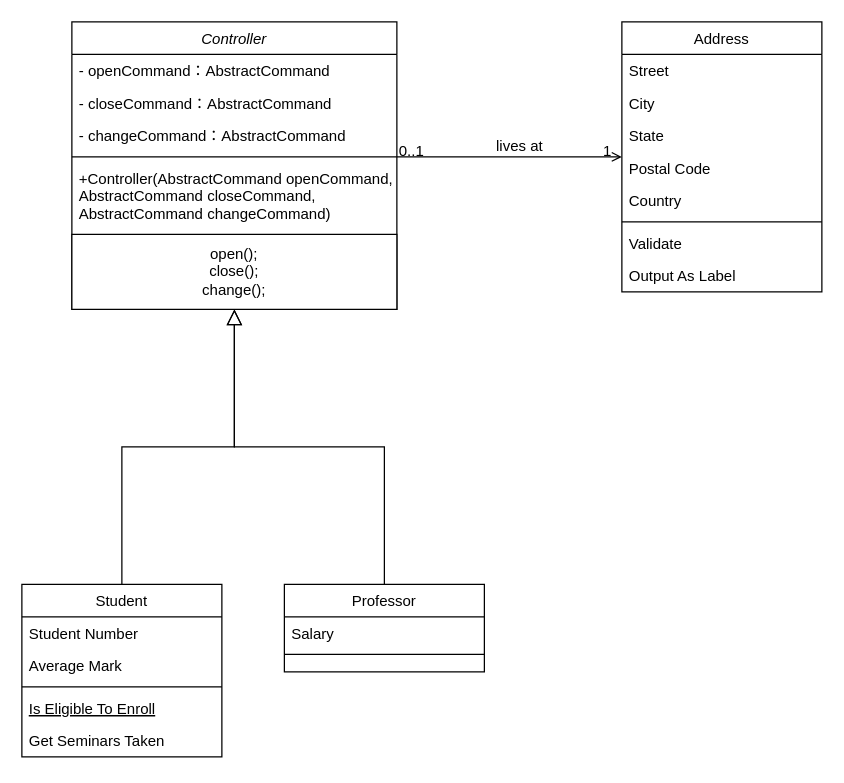
This is 软件设计第四章.drawio from ArexdOr/ImgBed, a draw.io file, before an edit. Source tidied: cells renumbered, new cells numbered last; positions are measured from the earlier drawing's top-left corner, leaving out a move shared by most shapes. Both pictures are drawn from the tidied source at 125%, with x=0, y=0 at pixel (21, 21).
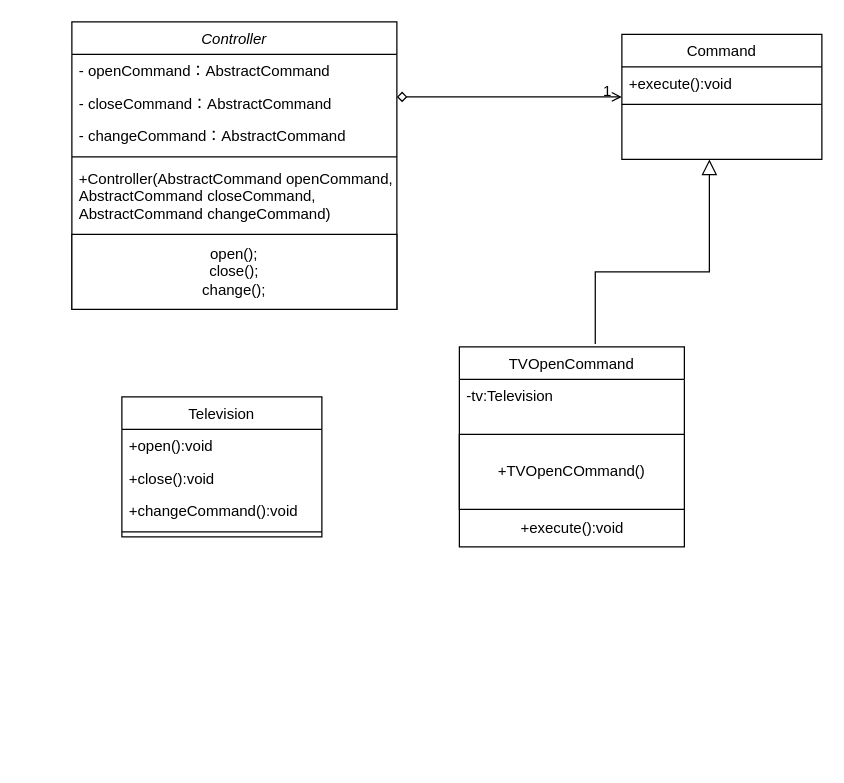
After the change.

Commit message (it also covers changes not shown here):
更新软件设计第四章.drawio

The change refers to these unchanged cells:
```xml
<mxCell id="2" value="Controller" style="swimlane;fontStyle=2;align=center;verticalAlign=top;horizontal=1;startSize=26;rounded=0;shadow=0;strokeWidth=1;" parent="1" vertex="1">
  <mxGeometry x="40" width="260" height="230" as="geometry" />
</mxCell>
```

The edit, as a diff of the source:
```diff
@@
-    <mxCell id="9" value="Student" style="swimlane;fontStyle=0;align=center;verticalAlign=top;horizontal=1;startSize=26;rounded=0;shadow=0;strokeWidth=1;" parent="1" vertex="1">
-      <mxGeometry y="450" width="160" height="138" as="geometry" />
+    <mxCell id="9" value="Television" style="swimlane;fontStyle=0;align=center;verticalAlign=top;horizontal=1;startSize=26;rounded=0;shadow=0;strokeWidth=1;" parent="1" vertex="1">
+      <mxGeometry x="80" y="300" width="160" height="112" as="geometry" />
     </mxCell>
-    <mxCell id="10" value="Student Number" style="text;align=left;verticalAlign=top;spacingLeft=4;spacingRight=4;overflow=hidden;" parent="9" vertex="1">
+    <mxCell id="10" value="+open():void" style="text;align=left;verticalAlign=top;spacingLeft=4;spacingRight=4;overflow=hidden;" parent="9" vertex="1">
       <mxGeometry y="26" width="160" height="26" as="geometry" />
     </mxCell>
-    <mxCell id="11" value="Average Mark" style="text;align=left;verticalAlign=top;spacingLeft=4;spacingRight=4;overflow=hidden;rounded=0;shadow=0;html=0;" parent="9" vertex="1">
+    <mxCell id="11" value="+close():void" style="text;align=left;verticalAlign=top;spacingLeft=4;spacingRight=4;overflow=hidden;rounded=0;shadow=0;html=0;" parent="9" vertex="1">
       <mxGeometry y="52" width="160" height="26" as="geometry" />
     </mxCell>
+    <mxCell id="33" value="+changeCommand():void" style="text;align=left;verticalAlign=top;spacingLeft=4;spacingRight=4;overflow=hidden;rounded=0;shadow=0;html=0;" parent="9" vertex="1">
+      <mxGeometry y="78" width="160" height="26" as="geometry" />
+    </mxCell>
     <mxCell id="12" style="line;html=1;strokeWidth=1;align=left;verticalAlign=middle;spacingTop=-1;spacingLeft=3;spacingRight=3;labelPosition=right;" parent="9" vertex="1">
-      <mxGeometry y="78" width="160" height="8" as="geometry" />
+      <mxGeometry y="104" width="160" height="8" as="geometry" />
     </mxCell>
-    <mxCell id="13" value="Is Eligible To Enroll" style="text;align=left;verticalAlign=top;spacingLeft=4;spacingRight=4;overflow=hidden;fontStyle=4;" parent="9" vertex="1">
-      <mxGeometry y="86" width="160" height="26" as="geometry" />
-    </mxCell>
-    <mxCell id="14" value="Get Seminars Taken" style="text;align=left;verticalAlign=top;spacingLeft=4;spacingRight=4;overflow=hidden;" parent="9" vertex="1">
-      <mxGeometry y="112" width="160" height="26" as="geometry" />
-    </mxCell>
-    <mxCell id="15" style="endArrow=block;endSize=10;endFill=0;shadow=0;strokeWidth=1;rounded=0;edgeStyle=elbowEdgeStyle;elbow=vertical;" parent="1" edge="1" source="9" target="2">
-      <mxGeometry relative="1" as="geometry" />
-    </mxCell>
-    <mxCell id="16" value="Professor" style="swimlane;fontStyle=0;align=center;verticalAlign=top;horizontal=1;startSize=26;rounded=0;shadow=0;strokeWidth=1;" parent="1" vertex="1">
-      <mxGeometry x="210" y="450" width="160" height="70" as="geometry" />
-    </mxCell>
-    <mxCell id="17" value="Salary" style="text;align=left;verticalAlign=top;spacingLeft=4;spacingRight=4;overflow=hidden;" parent="16" vertex="1">
-      <mxGeometry y="26" width="160" height="26" as="geometry" />
-    </mxCell>
-    <mxCell id="18" style="line;html=1;strokeWidth=1;align=left;verticalAlign=middle;spacingTop=-1;spacingLeft=3;spacingRight=3;labelPosition=right;" parent="16" vertex="1">
-      <mxGeometry y="52" width="160" height="8" as="geometry" />
-    </mxCell>
-    <mxCell id="19" style="endArrow=block;endSize=10;endFill=0;shadow=0;strokeWidth=1;rounded=0;edgeStyle=elbowEdgeStyle;elbow=vertical;" parent="1" edge="1" source="16" target="2">
-      <mxGeometry relative="1" as="geometry" />
+    <mxCell id="19" style="endArrow=block;endSize=10;endFill=0;shadow=0;strokeWidth=1;rounded=0;edgeStyle=elbowEdgeStyle;elbow=vertical;exitX=0.604;exitY=-0.015;exitDx=0;exitDy=0;exitPerimeter=0;" parent="1" edge="1" source="34">
+      <mxGeometry relative="1" as="geometry">
+        <mxPoint x="550" y="110" as="targetPoint" />
+        <Array as="points">
+          <mxPoint x="499" y="200" />
+        </Array>
+      </mxGeometry>
     </mxCell>
-    <mxCell id="20" value="Address" style="swimlane;fontStyle=0;align=center;verticalAlign=top;horizontal=1;startSize=26;rounded=0;shadow=0;strokeWidth=1;" parent="1" vertex="1">
-      <mxGeometry x="480" width="160" height="216" as="geometry" />
+    <mxCell id="20" value="Command" style="swimlane;fontStyle=0;align=center;verticalAlign=top;horizontal=1;startSize=26;rounded=0;shadow=0;strokeWidth=1;" parent="1" vertex="1">
+      <mxGeometry x="480" y="10" width="160" height="100" as="geometry" />
     </mxCell>
-    <mxCell id="21" value="Street" style="text;align=left;verticalAlign=top;spacingLeft=4;spacingRight=4;overflow=hidden;" parent="20" vertex="1">
+    <mxCell id="21" value="+execute():void" style="text;align=left;verticalAlign=top;spacingLeft=4;spacingRight=4;overflow=hidden;" parent="20" vertex="1">
       <mxGeometry y="26" width="160" height="26" as="geometry" />
     </mxCell>
-    <mxCell id="22" value="City" style="text;align=left;verticalAlign=top;spacingLeft=4;spacingRight=4;overflow=hidden;rounded=0;shadow=0;html=0;" parent="20" vertex="1">
-      <mxGeometry y="52" width="160" height="26" as="geometry" />
-    </mxCell>
-    <mxCell id="23" value="State" style="text;align=left;verticalAlign=top;spacingLeft=4;spacingRight=4;overflow=hidden;rounded=0;shadow=0;html=0;" parent="20" vertex="1">
-      <mxGeometry y="78" width="160" height="26" as="geometry" />
-    </mxCell>
-    <mxCell id="24" value="Postal Code" style="text;align=left;verticalAlign=top;spacingLeft=4;spacingRight=4;overflow=hidden;rounded=0;shadow=0;html=0;" parent="20" vertex="1">
-      <mxGeometry y="104" width="160" height="26" as="geometry" />
-    </mxCell>
-    <mxCell id="25" value="Country" style="text;align=left;verticalAlign=top;spacingLeft=4;spacingRight=4;overflow=hidden;rounded=0;shadow=0;html=0;" parent="20" vertex="1">
-      <mxGeometry y="130" width="160" height="26" as="geometry" />
-    </mxCell>
     <mxCell id="26" style="line;html=1;strokeWidth=1;align=left;verticalAlign=middle;spacingTop=-1;spacingLeft=3;spacingRight=3;labelPosition=right;" parent="20" vertex="1">
-      <mxGeometry y="156" width="160" height="8" as="geometry" />
+      <mxGeometry y="52" width="160" height="8" as="geometry" />
     </mxCell>
-    <mxCell id="27" value="Validate" style="text;align=left;verticalAlign=top;spacingLeft=4;spacingRight=4;overflow=hidden;" parent="20" vertex="1">
-      <mxGeometry y="164" width="160" height="26" as="geometry" />
-    </mxCell>
-    <mxCell id="28" value="Output As Label" style="text;align=left;verticalAlign=top;spacingLeft=4;spacingRight=4;overflow=hidden;" parent="20" vertex="1">
-      <mxGeometry y="190" width="160" height="26" as="geometry" />
-    </mxCell>
-    <mxCell id="29" style="endArrow=open;shadow=0;strokeWidth=1;rounded=0;endFill=1;edgeStyle=elbowEdgeStyle;elbow=vertical;" parent="1" edge="1" source="2" target="20">
+    <mxCell id="29" style="endArrow=open;shadow=0;strokeWidth=1;rounded=0;endFill=1;edgeStyle=elbowEdgeStyle;elbow=vertical;sourcePerimeterSpacing=0;startArrow=diamond;startFill=0;" parent="1" edge="1" source="2" target="20">
       <mxGeometry x="0.5" y="41" relative="1" as="geometry">
         <mxPoint x="-40" y="32" as="offset" />
       </mxGeometry>
     </mxCell>
-    <mxCell id="30" value="0..1" style="align=left;verticalAlign=bottom;labelBackgroundColor=none;fontSize=12;" parent="29" vertex="1">
-      <mxGeometry x="-1" relative="1" as="geometry">
-        <mxPoint y="4" as="offset" />
-      </mxGeometry>
-    </mxCell>
@@
-    <mxCell id="32" value="lives at" style="text;html=1;align=center;verticalAlign=middle;labelBackgroundColor=none;rounded=0;shadow=0;strokeWidth=1;fontSize=12;" parent="29" vertex="1">
-      <mxGeometry x="0.5" y="49" relative="1" as="geometry">
-        <mxPoint x="-38" y="40" as="offset" />
-      </mxGeometry>
-    </mxCell>
+    <mxCell id="34" value="TVOpenCommand" style="swimlane;fontStyle=0;align=center;verticalAlign=top;horizontal=1;startSize=26;rounded=0;shadow=0;strokeWidth=1;" parent="1" vertex="1">
+      <mxGeometry x="350" y="260" width="180" height="160" as="geometry" />
+    </mxCell>
+    <mxCell id="35" value="-tv:Television" style="text;align=left;verticalAlign=top;spacingLeft=4;spacingRight=4;overflow=hidden;" parent="34" vertex="1">
+      <mxGeometry y="26" width="180" height="44" as="geometry" />
+    </mxCell>
+    <mxCell id="36" style="line;html=1;strokeWidth=1;align=left;verticalAlign=middle;spacingTop=-1;spacingLeft=3;spacingRight=3;labelPosition=right;" parent="34" vertex="1">
+      <mxGeometry y="70" width="180" as="geometry" />
+    </mxCell>
+    <mxCell id="37" value="&lt;span style=&quot;text-align: left;&quot;&gt;+TVOpenCOmmand()&lt;/span&gt;" style="whiteSpace=wrap;html=1;" parent="34" vertex="1">
+      <mxGeometry y="70" width="180" height="60" as="geometry" />
+    </mxCell>
+    <mxCell id="38" value="+execute():void" style="text;html=1;align=center;verticalAlign=middle;strokeColor=none;fillColor=none;" parent="34" vertex="1">
+      <mxGeometry y="130" width="180" height="30" as="geometry" />
+    </mxCell>
```
